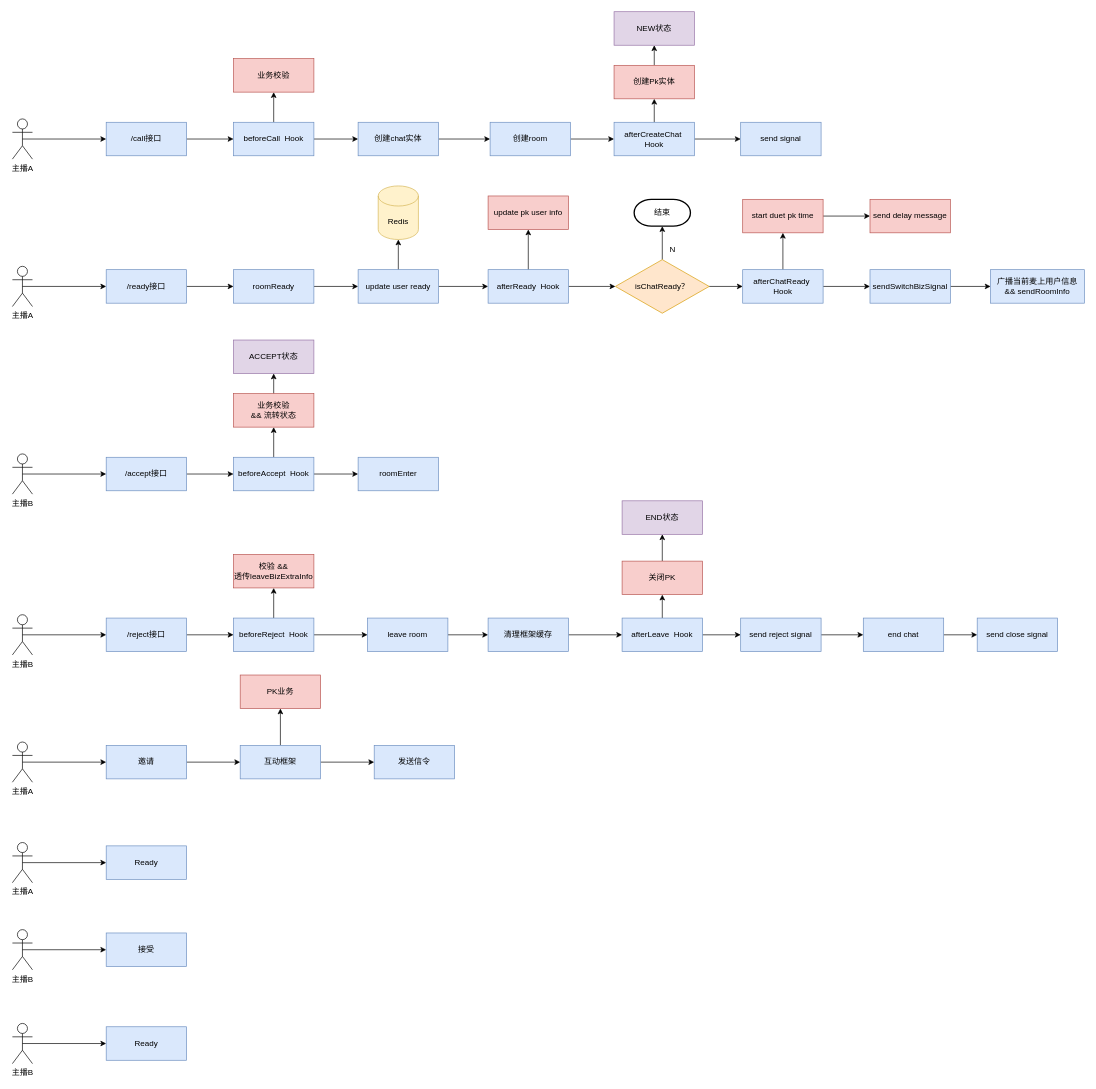
fengyn1218/draw-pic keeps this draw.io diagram as PK.drawio. Above is the earlier version. Source tidied: cells renumbered, new cells numbered last; positions are measured from the earlier drawing's top-left corner, leaving out a move shared by most shapes. Both pictures are drawn from the tidied source at 67%, with x=0, y=0 at pixel (12, 11).
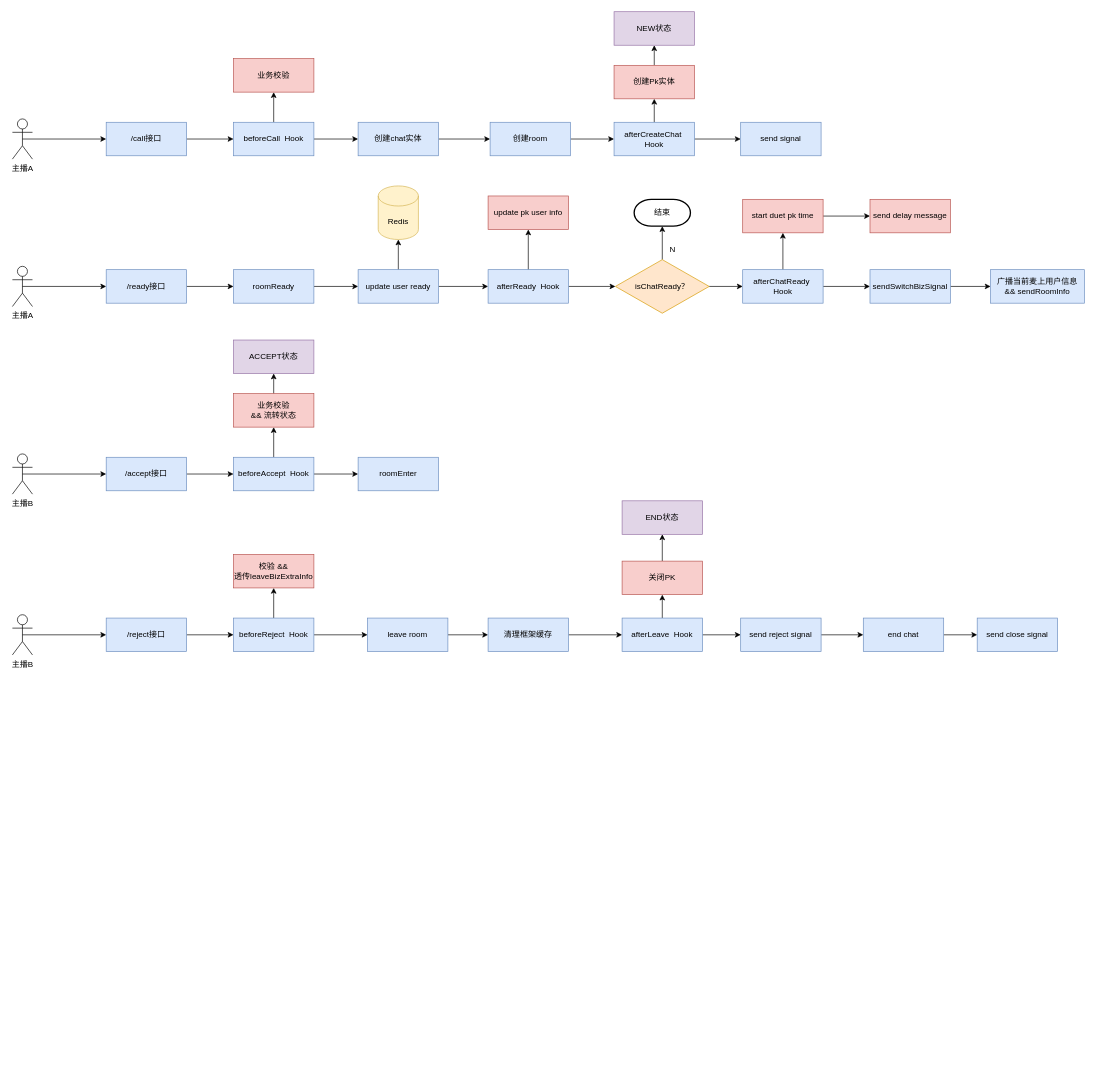
The same diagram, later.

Change to the diagram source:
```diff
@@
-    <mxCell id="83" style="edgeStyle=orthogonalEdgeStyle;rounded=0;jettySize=auto;html=1;exitX=0.5;exitY=0.5;exitDx=0;exitDy=0;exitPerimeter=0;entryX=0;entryY=0.5;entryDx=0;entryDy=0;" parent="1" edge="1" source="84" target="88">
-      <mxGeometry relative="1" as="geometry" />
-    </mxCell>
-    <mxCell id="84" value="主播A" style="shape=umlActor;verticalLabelPosition=bottom;verticalAlign=top;html=1;outlineConnect=0;" parent="1" vertex="1">
-      <mxGeometry y="1090" width="30" height="60" as="geometry" />
-    </mxCell>
-    <mxCell id="85" style="edgeStyle=orthogonalEdgeStyle;rounded=0;jettySize=auto;html=1;exitX=0.5;exitY=0.5;exitDx=0;exitDy=0;exitPerimeter=0;entryX=0;entryY=0.5;entryDx=0;entryDy=0;" parent="1" edge="1" source="86" target="97">
-      <mxGeometry relative="1" as="geometry" />
-    </mxCell>
-    <mxCell id="86" value="主播B" style="shape=umlActor;verticalLabelPosition=bottom;verticalAlign=top;html=1;outlineConnect=0;" parent="1" vertex="1">
-      <mxGeometry y="1370" width="30" height="60" as="geometry" />
-    </mxCell>
-    <mxCell id="87" style="edgeStyle=orthogonalEdgeStyle;rounded=0;jettySize=auto;html=1;exitX=1;exitY=0.5;exitDx=0;exitDy=0;entryX=0;entryY=0.5;entryDx=0;entryDy=0;" parent="1" edge="1" source="88" target="91">
-      <mxGeometry relative="1" as="geometry" />
-    </mxCell>
-    <mxCell id="88" value="邀请" style="rounded=0;whiteSpace=wrap;html=1;fillColor=#dae8fc;strokeColor=#6c8ebf;" parent="1" vertex="1">
-      <mxGeometry x="140" y="1095" width="120" height="50" as="geometry" />
-    </mxCell>
-    <mxCell id="89" style="edgeStyle=orthogonalEdgeStyle;rounded=0;jettySize=auto;html=1;exitX=0.5;exitY=0;exitDx=0;exitDy=0;entryX=0.5;entryY=1;entryDx=0;entryDy=0;" parent="1" edge="1" source="91" target="92">
-      <mxGeometry relative="1" as="geometry" />
-    </mxCell>
-    <mxCell id="90" style="edgeStyle=orthogonalEdgeStyle;rounded=0;jettySize=auto;html=1;exitX=1;exitY=0.5;exitDx=0;exitDy=0;entryX=0;entryY=0.5;entryDx=0;entryDy=0;" parent="1" edge="1" source="91" target="93">
-      <mxGeometry relative="1" as="geometry" />
-    </mxCell>
-    <mxCell id="91" value="互动框架" style="rounded=0;whiteSpace=wrap;html=1;fillColor=#dae8fc;strokeColor=#6c8ebf;" parent="1" vertex="1">
-      <mxGeometry x="340" y="1095" width="120" height="50" as="geometry" />
-    </mxCell>
-    <mxCell id="92" value="PK业务" style="rounded=0;whiteSpace=wrap;html=1;fillColor=#f8cecc;strokeColor=#b85450;" parent="1" vertex="1">
-      <mxGeometry x="340" y="990" width="120" height="50" as="geometry" />
-    </mxCell>
-    <mxCell id="93" value="发送信令" style="rounded=0;whiteSpace=wrap;html=1;fillColor=#dae8fc;strokeColor=#6c8ebf;" parent="1" vertex="1">
-      <mxGeometry x="540" y="1095" width="120" height="50" as="geometry" />
-    </mxCell>
-    <mxCell id="94" style="edgeStyle=orthogonalEdgeStyle;rounded=0;jettySize=auto;html=1;exitX=0.5;exitY=0.5;exitDx=0;exitDy=0;exitPerimeter=0;entryX=0;entryY=0.5;entryDx=0;entryDy=0;" parent="1" edge="1" source="95" target="96">
-      <mxGeometry relative="1" as="geometry" />
-    </mxCell>
-    <mxCell id="95" value="主播A" style="shape=umlActor;verticalLabelPosition=bottom;verticalAlign=top;html=1;outlineConnect=0;" parent="1" vertex="1">
-      <mxGeometry y="1240" width="30" height="60" as="geometry" />
-    </mxCell>
-    <mxCell id="96" value="Ready" style="rounded=0;whiteSpace=wrap;html=1;fillColor=#dae8fc;strokeColor=#6c8ebf;" parent="1" vertex="1">
-      <mxGeometry x="140" y="1245" width="120" height="50" as="geometry" />
-    </mxCell>
-    <mxCell id="97" value="接受" style="rounded=0;whiteSpace=wrap;html=1;fillColor=#dae8fc;strokeColor=#6c8ebf;" parent="1" vertex="1">
-      <mxGeometry x="140" y="1375" width="120" height="50" as="geometry" />
-    </mxCell>
-    <mxCell id="98" style="edgeStyle=orthogonalEdgeStyle;rounded=0;jettySize=auto;html=1;exitX=0.5;exitY=0.5;exitDx=0;exitDy=0;exitPerimeter=0;entryX=0;entryY=0.5;entryDx=0;entryDy=0;" parent="1" edge="1" source="99" target="100">
-      <mxGeometry relative="1" as="geometry" />
-    </mxCell>
-    <mxCell id="99" value="主播B" style="shape=umlActor;verticalLabelPosition=bottom;verticalAlign=top;html=1;outlineConnect=0;" parent="1" vertex="1">
-      <mxGeometry y="1510" width="30" height="60" as="geometry" />
-    </mxCell>
-    <mxCell id="100" value="Ready" style="rounded=0;whiteSpace=wrap;html=1;fillColor=#dae8fc;strokeColor=#6c8ebf;" parent="1" vertex="1">
-      <mxGeometry x="140" y="1515" width="120" height="50" as="geometry" />
-    </mxCell>
```
